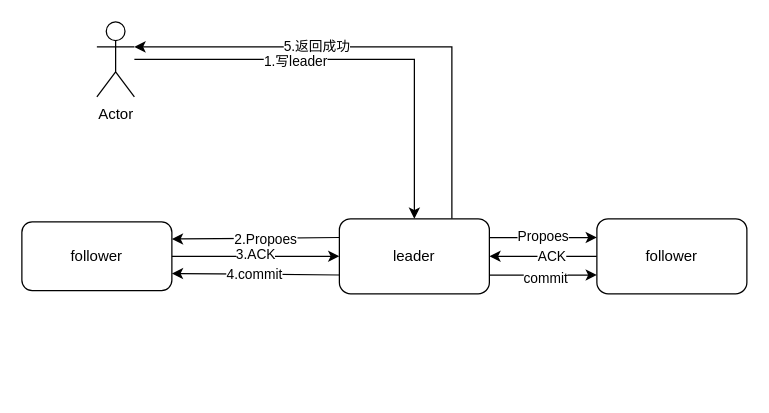
The draw.io diagram file/ZAB.drawio in Gwx1211/drawio, before the edit. Source tidied: cells renumbered, new cells numbered last; positions are measured from the earlier drawing's top-left corner, leaving out a move shared by most shapes. Both pictures are drawn from the tidied source at 125%, with x=0, y=0 at pixel (21, 21).
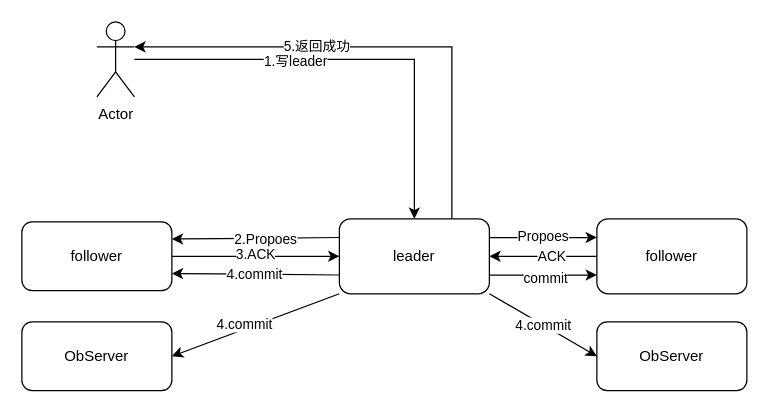
After the change.

The change refers to these unchanged cells:
```xml
<mxCell id="14" value="leader" style="rounded=1;whiteSpace=wrap;html=1;" parent="1" vertex="1">
  <mxGeometry x="254" y="157.5" width="120" height="60" as="geometry" />
</mxCell>
```

Diff of the diagram source:
```diff
@@
+    <mxCell id="22" value="ObServer" style="rounded=1;whiteSpace=wrap;html=1;" parent="1" vertex="1">
+      <mxGeometry y="240" width="120" height="55" as="geometry" />
+    </mxCell>
+    <mxCell id="23" value="ObServer" style="rounded=1;whiteSpace=wrap;html=1;" parent="1" vertex="1">
+      <mxGeometry x="460" y="240" width="120" height="55" as="geometry" />
+    </mxCell>
+    <mxCell id="24" style="endArrow=classic;html=1;exitX=0;exitY=1;exitDx=0;exitDy=0;entryX=1;entryY=0.5;entryDx=0;entryDy=0;" parent="1" edge="1" source="14" target="22">
+      <mxGeometry relative="1" as="geometry" />
+    </mxCell>
+    <mxCell id="25" value="4.commit" style="edgeLabel;html=1;align=center;verticalAlign=middle;" parent="24" vertex="1">
+      <mxGeometry x="0.12" y="-4" relative="1" as="geometry" />
+    </mxCell>
+    <mxCell id="26" value="4.commit" style="endArrow=classic;html=1;exitX=1;exitY=1;exitDx=0;exitDy=0;entryX=0;entryY=0.5;entryDx=0;entryDy=0;" parent="1" edge="1" source="14" target="23">
+      <mxGeometry relative="1" as="geometry" />
+    </mxCell>
```
